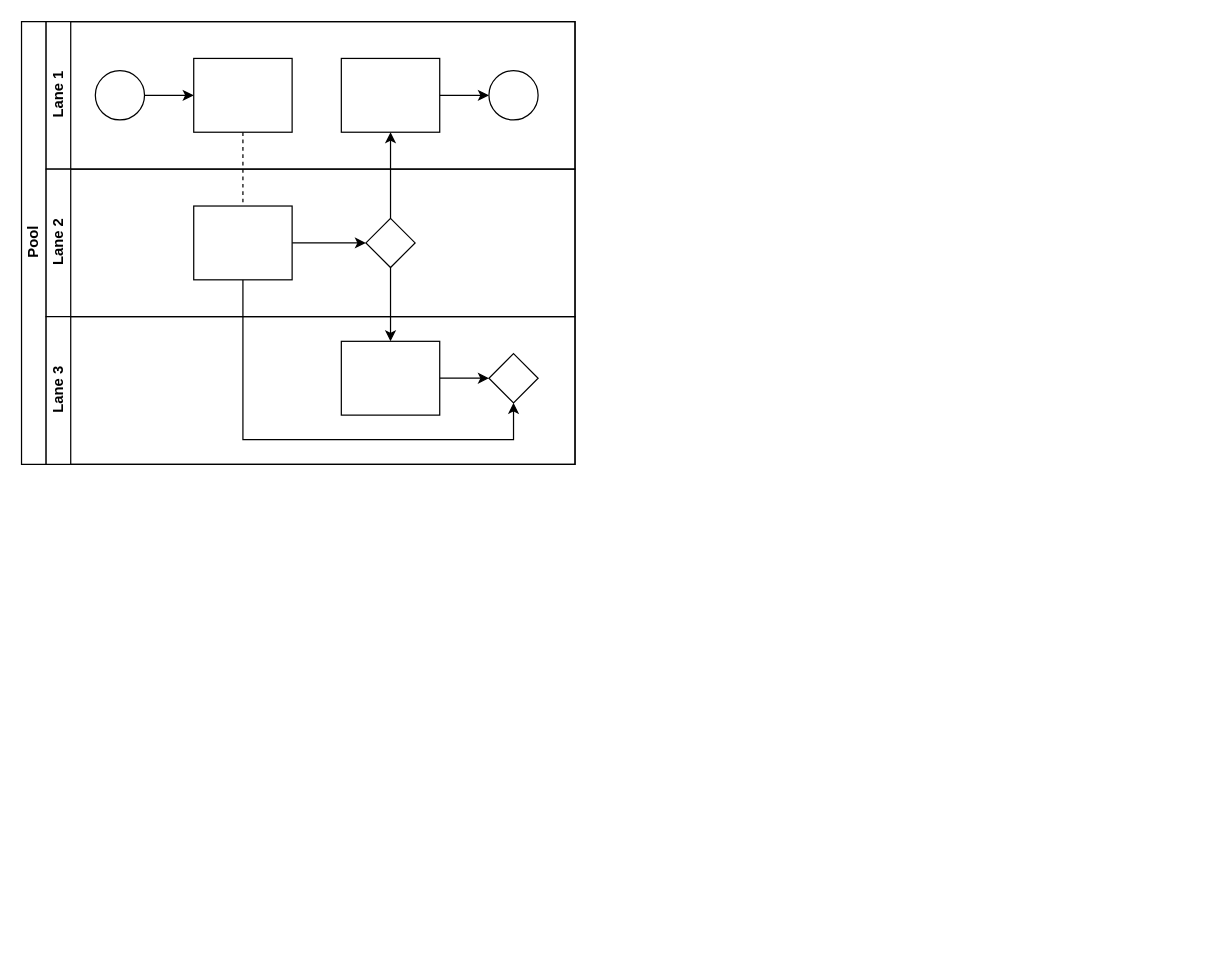
This is 未命名绘图.drawio from coolmaxx/DrawIoProject, a draw.io file, before an edit. Source tidied: cells renumbered, new cells numbered last; positions are measured from the earlier drawing's top-left corner, leaving out a move shared by most shapes. Both pictures are drawn from the tidied source at 123%, with x=0, y=0 at pixel (21, 21).
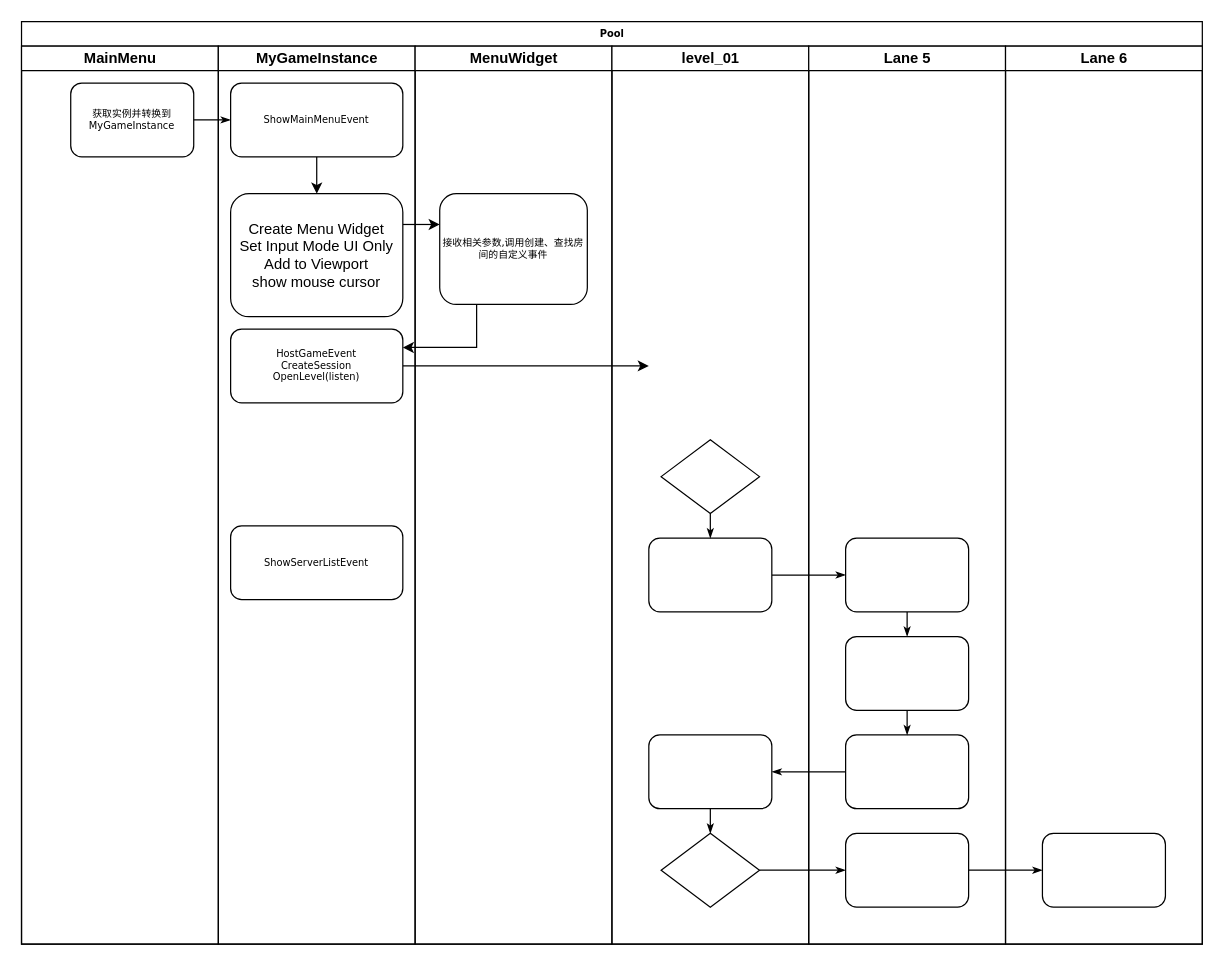
After the change.

What changed in the source:
```diff
@@
-    <mxCell id="2" value="Pool" style="swimlane;html=1;horizontal=0;startSize=20;" parent="1" vertex="1">
-      <mxGeometry width="450" height="360" as="geometry" />
+    <mxCell id="2" value="Pool" style="swimlane;html=1;startSize=20;rounded=0;shadow=0;labelBackgroundColor=none;strokeWidth=1;fontFamily=Verdana;fontSize=8;align=center;" parent="1" vertex="1">
+      <mxGeometry width="960" height="750" as="geometry" />
     </mxCell>
-    <mxCell id="3" style="edgeStyle=orthogonalEdgeStyle;rounded=0;jettySize=auto;html=1;dashed=1;endArrow=none;endFill=0;" parent="2" edge="1" source="10" target="16">
-      <mxGeometry relative="1" as="geometry" />
-    </mxCell>
-    <mxCell id="4" style="edgeStyle=orthogonalEdgeStyle;rounded=0;jettySize=auto;html=1;endArrow=classic;endFill=1;" parent="2" edge="1" source="17" target="12">
-      <mxGeometry relative="1" as="geometry" />
-    </mxCell>
-    <mxCell id="5" style="edgeStyle=orthogonalEdgeStyle;rounded=0;jettySize=auto;html=1;endArrow=classic;endFill=1;" parent="2" edge="1" source="17" target="20">
-      <mxGeometry relative="1" as="geometry" />
-    </mxCell>
-    <mxCell id="6" style="edgeStyle=orthogonalEdgeStyle;rounded=0;jettySize=auto;html=1;endArrow=classic;endFill=1;" parent="2" edge="1" source="16" target="21">
-      <mxGeometry relative="1" as="geometry">
-        <Array as="points">
-          <mxPoint x="180" y="340" />
-          <mxPoint x="400" y="340" />
-        </Array>
-      </mxGeometry>
-    </mxCell>
-    <mxCell id="7" value="Lane 1" style="swimlane;html=1;startSize=20;horizontal=0;" parent="2" vertex="1">
-      <mxGeometry x="20" width="430" height="120" as="geometry" />
-    </mxCell>
-    <mxCell id="8" style="edgeStyle=orthogonalEdgeStyle;rounded=0;jettySize=auto;html=1;" parent="7" edge="1" source="9" target="10">
-      <mxGeometry relative="1" as="geometry" />
-    </mxCell>
-    <mxCell id="9" style="ellipse;whiteSpace=wrap;html=1;" parent="7" vertex="1">
-      <mxGeometry x="40" y="40" width="40" height="40" as="geometry" />
-    </mxCell>
-    <mxCell id="10" style="rounded=0;whiteSpace=wrap;html=1;fontFamily=Helvetica;fontSize=12;fontColor=#000000;align=center;" parent="7" vertex="1">
-      <mxGeometry x="120" y="30" width="80" height="60" as="geometry" />
-    </mxCell>
-    <mxCell id="11" style="edgeStyle=orthogonalEdgeStyle;rounded=0;jettySize=auto;html=1;endArrow=classic;endFill=1;" parent="7" edge="1" source="12" target="13">
-      <mxGeometry relative="1" as="geometry" />
-    </mxCell>
-    <mxCell id="12" style="rounded=0;whiteSpace=wrap;html=1;fontFamily=Helvetica;fontSize=12;fontColor=#000000;align=center;" parent="7" vertex="1">
-      <mxGeometry x="240" y="30" width="80" height="60" as="geometry" />
-    </mxCell>
-    <mxCell id="13" style="ellipse;whiteSpace=wrap;html=1;" parent="7" vertex="1">
-      <mxGeometry x="360" y="40" width="40" height="40" as="geometry" />
-    </mxCell>
-    <mxCell id="14" value="Lane 2" style="swimlane;html=1;startSize=20;horizontal=0;" parent="2" vertex="1">
-      <mxGeometry x="20" y="120" width="430" height="120" as="geometry" />
-    </mxCell>
-    <mxCell id="15" style="edgeStyle=orthogonalEdgeStyle;rounded=0;jettySize=auto;html=1;endArrow=classic;endFill=1;" parent="14" edge="1" source="16" target="17">
-      <mxGeometry relative="1" as="geometry" />
-    </mxCell>
-    <mxCell id="16" style="rounded=0;whiteSpace=wrap;html=1;fontFamily=Helvetica;fontSize=12;fontColor=#000000;align=center;" parent="14" vertex="1">
-      <mxGeometry x="120" y="30" width="80" height="60" as="geometry" />
-    </mxCell>
-    <mxCell id="17" style="rhombus;whiteSpace=wrap;html=1;fontFamily=Helvetica;fontSize=12;fontColor=#000000;align=center;" parent="14" vertex="1">
-      <mxGeometry x="260" y="40" width="40" height="40" as="geometry" />
-    </mxCell>
-    <mxCell id="18" value="Lane 3" style="swimlane;html=1;startSize=20;horizontal=0;" parent="2" vertex="1">
-      <mxGeometry x="20" y="240" width="430" height="120" as="geometry" />
-    </mxCell>
-    <mxCell id="19" style="edgeStyle=orthogonalEdgeStyle;rounded=0;jettySize=auto;html=1;endArrow=classic;endFill=1;" parent="18" edge="1" source="20" target="21">
-      <mxGeometry relative="1" as="geometry" />
-    </mxCell>
-    <mxCell id="20" style="rounded=0;whiteSpace=wrap;html=1;fontFamily=Helvetica;fontSize=12;fontColor=#000000;align=center;" parent="18" vertex="1">
-      <mxGeometry x="240" y="20" width="80" height="60" as="geometry" />
-    </mxCell>
-    <mxCell id="21" style="rhombus;whiteSpace=wrap;html=1;fontFamily=Helvetica;fontSize=12;fontColor=#000000;align=center;" parent="18" vertex="1">
-      <mxGeometry x="360" y="30" width="40" height="40" as="geometry" />
-    </mxCell>
+    <mxCell id="22" value="MainMenu" style="swimlane;html=1;startSize=20;" parent="2" vertex="1">
+      <mxGeometry y="20" width="160" height="730" as="geometry" />
+    </mxCell>
+    <mxCell id="23" value="获取实例并转换到MyGameInstance" style="rounded=1;whiteSpace=wrap;html=1;shadow=0;labelBackgroundColor=none;strokeWidth=1;fontFamily=Verdana;fontSize=8;align=center;" parent="22" vertex="1">
+      <mxGeometry x="40" y="30" width="100" height="60" as="geometry" />
+    </mxCell>
+    <mxCell id="24" style="edgeStyle=orthogonalEdgeStyle;rounded=1;html=1;labelBackgroundColor=none;startArrow=none;startFill=0;startSize=5;endArrow=classicThin;endFill=1;endSize=5;jettySize=auto;strokeWidth=1;fontFamily=Verdana;fontSize=8;" parent="2" edge="1" source="23" target="31">
+      <mxGeometry relative="1" as="geometry" />
+    </mxCell>
+    <mxCell id="25" style="edgeStyle=orthogonalEdgeStyle;rounded=1;html=1;labelBackgroundColor=none;startArrow=none;startFill=0;startSize=5;endArrow=classicThin;endFill=1;endSize=5;jettySize=auto;strokeWidth=1;fontFamily=Verdana;fontSize=8;" parent="2" edge="1" source="43" target="50">
+      <mxGeometry relative="1" as="geometry" />
+    </mxCell>
+    <mxCell id="26" style="edgeStyle=orthogonalEdgeStyle;rounded=1;html=1;labelBackgroundColor=none;startArrow=none;startFill=0;startSize=5;endArrow=classicThin;endFill=1;endSize=5;jettySize=auto;strokeWidth=1;fontFamily=Verdana;fontSize=8;" parent="2" edge="1" source="50" target="54">
+      <mxGeometry relative="1" as="geometry" />
+    </mxCell>
+    <mxCell id="27" style="edgeStyle=orthogonalEdgeStyle;rounded=1;html=1;labelBackgroundColor=none;startArrow=none;startFill=0;startSize=5;endArrow=classicThin;endFill=1;endSize=5;jettySize=auto;strokeWidth=1;fontFamily=Verdana;fontSize=8;" parent="2" edge="1" source="41" target="47">
+      <mxGeometry relative="1" as="geometry" />
+    </mxCell>
+    <mxCell id="28" style="edgeStyle=orthogonalEdgeStyle;rounded=1;html=1;labelBackgroundColor=none;startArrow=none;startFill=0;startSize=5;endArrow=classicThin;endFill=1;endSize=5;jettySize=auto;strokeColor=#000000;strokeWidth=1;fontFamily=Verdana;fontSize=8;fontColor=#000000;" parent="2" edge="1" source="49" target="42">
+      <mxGeometry relative="1" as="geometry" />
+    </mxCell>
+    <mxCell id="29" value="MyGameInstance" style="swimlane;html=1;startSize=20;" parent="2" vertex="1">
+      <mxGeometry x="160" y="20" width="160" height="730" as="geometry" />
+    </mxCell>
+    <mxCell id="30" style="edgeStyle=orthogonalEdgeStyle;rounded=0;jettySize=auto;html=1;exitX=0.5;exitY=1;exitDx=0;exitDy=0;entryX=0.5;entryY=0;entryDx=0;entryDy=0;" parent="29" edge="1" source="31" target="33">
+      <mxGeometry relative="1" as="geometry" />
+    </mxCell>
+    <mxCell id="31" value="ShowMainMenuEvent" style="rounded=1;whiteSpace=wrap;html=1;shadow=0;labelBackgroundColor=none;strokeWidth=1;fontFamily=Verdana;fontSize=8;align=center;" parent="29" vertex="1">
+      <mxGeometry x="10" y="30" width="140" height="60" as="geometry" />
+    </mxCell>
+    <mxCell id="32" style="edgeStyle=orthogonalEdgeStyle;rounded=0;jettySize=auto;html=1;exitX=1;exitY=0.25;exitDx=0;exitDy=0;" parent="29" edge="1" source="33">
+      <mxGeometry relative="1" as="geometry">
+        <mxPoint x="180" y="145" as="targetPoint" />
+      </mxGeometry>
+    </mxCell>
+    <mxCell id="33" value="Create Menu Widget&lt;br&gt;Set Input Mode UI Only&lt;br&gt;Add to Viewport&lt;br&gt;show mouse cursor" style="rounded=1;whiteSpace=wrap;html=1;" parent="29" vertex="1">
+      <mxGeometry x="10" y="120" width="140" height="100" as="geometry" />
+    </mxCell>
+    <mxCell id="34" style="edgeStyle=orthogonalEdgeStyle;rounded=0;jettySize=auto;html=1;exitX=1;exitY=0.5;exitDx=0;exitDy=0;" parent="29" edge="1" source="35">
+      <mxGeometry relative="1" as="geometry">
+        <mxPoint x="350" y="260" as="targetPoint" />
+      </mxGeometry>
+    </mxCell>
+    <mxCell id="35" value="HostGameEvent&lt;br&gt;CreateSession&lt;br&gt;OpenLevel(listen)" style="rounded=1;whiteSpace=wrap;html=1;shadow=0;labelBackgroundColor=none;strokeWidth=1;fontFamily=Verdana;fontSize=8;align=center;" parent="29" vertex="1">
+      <mxGeometry x="10" y="230" width="140" height="60" as="geometry" />
+    </mxCell>
+    <mxCell id="36" value="ShowServerListEvent" style="rounded=1;whiteSpace=wrap;html=1;shadow=0;labelBackgroundColor=none;strokeWidth=1;fontFamily=Verdana;fontSize=8;align=center;" parent="29" vertex="1">
+      <mxGeometry x="10" y="390" width="140" height="60" as="geometry" />
+    </mxCell>
+    <mxCell id="37" value="MenuWidget" style="swimlane;html=1;startSize=20;" parent="2" vertex="1">
+      <mxGeometry x="320" y="20" width="160" height="730" as="geometry" />
+    </mxCell>
+    <mxCell id="38" value="接收相关参数,调用创建、查找房间的自定义事件" style="rounded=1;whiteSpace=wrap;html=1;shadow=0;labelBackgroundColor=none;strokeWidth=1;fontFamily=Verdana;fontSize=8;align=center;" parent="37" vertex="1">
+      <mxGeometry x="20" y="120" width="120" height="90" as="geometry" />
+    </mxCell>
+    <mxCell id="39" value="level_01" style="swimlane;html=1;startSize=20;" parent="2" vertex="1">
+      <mxGeometry x="480" y="20" width="160" height="730" as="geometry" />
+    </mxCell>
+    <mxCell id="40" style="rhombus;whiteSpace=wrap;html=1;rounded=0;shadow=0;labelBackgroundColor=none;strokeWidth=1;fontFamily=Verdana;fontSize=8;align=center;" parent="39" vertex="1">
+      <mxGeometry x="40" y="320" width="80" height="60" as="geometry" />
+    </mxCell>
+    <mxCell id="41" style="rounded=1;whiteSpace=wrap;html=1;shadow=0;labelBackgroundColor=none;strokeWidth=1;fontFamily=Verdana;fontSize=8;align=center;" parent="39" vertex="1">
+      <mxGeometry x="30" y="400" width="100" height="60" as="geometry" />
+    </mxCell>
+    <mxCell id="42" style="rounded=1;whiteSpace=wrap;html=1;shadow=0;labelBackgroundColor=none;strokeWidth=1;fontFamily=Verdana;fontSize=8;align=center;" parent="39" vertex="1">
+      <mxGeometry x="30" y="560" width="100" height="60" as="geometry" />
+    </mxCell>
+    <mxCell id="43" style="rhombus;whiteSpace=wrap;html=1;rounded=0;shadow=0;labelBackgroundColor=none;strokeWidth=1;fontFamily=Verdana;fontSize=8;align=center;" parent="39" vertex="1">
+      <mxGeometry x="40" y="640" width="80" height="60" as="geometry" />
+    </mxCell>
+    <mxCell id="44" style="edgeStyle=orthogonalEdgeStyle;rounded=1;html=1;labelBackgroundColor=none;startArrow=none;startFill=0;startSize=5;endArrow=classicThin;endFill=1;endSize=5;jettySize=auto;strokeWidth=1;fontFamily=Verdana;fontSize=8;" parent="39" edge="1" source="40" target="41">
+      <mxGeometry relative="1" as="geometry" />
+    </mxCell>
+    <mxCell id="45" style="edgeStyle=orthogonalEdgeStyle;rounded=1;html=1;labelBackgroundColor=none;startArrow=none;startFill=0;startSize=5;endArrow=classicThin;endFill=1;endSize=5;jettySize=auto;strokeWidth=1;fontFamily=Verdana;fontSize=8;" parent="39" edge="1" source="42" target="43">
+      <mxGeometry relative="1" as="geometry" />
+    </mxCell>
+    <mxCell id="46" value="Lane 5" style="swimlane;html=1;startSize=20;" parent="2" vertex="1">
+      <mxGeometry x="640" y="20" width="160" height="730" as="geometry" />
+    </mxCell>
+    <mxCell id="47" style="rounded=1;whiteSpace=wrap;html=1;shadow=0;labelBackgroundColor=none;strokeWidth=1;fontFamily=Verdana;fontSize=8;align=center;" parent="46" vertex="1">
+      <mxGeometry x="30" y="400" width="100" height="60" as="geometry" />
+    </mxCell>
+    <mxCell id="48" style="rounded=1;whiteSpace=wrap;html=1;shadow=0;labelBackgroundColor=none;strokeWidth=1;fontFamily=Verdana;fontSize=8;align=center;" parent="46" vertex="1">
+      <mxGeometry x="30" y="480" width="100" height="60" as="geometry" />
+    </mxCell>
+    <mxCell id="49" style="rounded=1;whiteSpace=wrap;html=1;shadow=0;labelBackgroundColor=none;strokeWidth=1;fontFamily=Verdana;fontSize=8;align=center;" parent="46" vertex="1">
+      <mxGeometry x="30" y="560" width="100" height="60" as="geometry" />
+    </mxCell>
+    <mxCell id="50" style="rounded=1;whiteSpace=wrap;html=1;shadow=0;labelBackgroundColor=none;strokeWidth=1;fontFamily=Verdana;fontSize=8;align=center;" parent="46" vertex="1">
+      <mxGeometry x="30" y="640" width="100" height="60" as="geometry" />
+    </mxCell>
+    <mxCell id="51" style="edgeStyle=orthogonalEdgeStyle;rounded=1;html=1;labelBackgroundColor=none;startArrow=none;startFill=0;startSize=5;endArrow=classicThin;endFill=1;endSize=5;jettySize=auto;strokeWidth=1;fontFamily=Verdana;fontSize=8;" parent="46" edge="1" source="47" target="48">
+      <mxGeometry relative="1" as="geometry" />
+    </mxCell>
+    <mxCell id="52" style="edgeStyle=orthogonalEdgeStyle;rounded=1;html=1;labelBackgroundColor=none;startArrow=none;startFill=0;startSize=5;endArrow=classicThin;endFill=1;endSize=5;jettySize=auto;strokeWidth=1;fontFamily=Verdana;fontSize=8;" parent="46" edge="1" source="48" target="49">
+      <mxGeometry relative="1" as="geometry" />
+    </mxCell>
+    <mxCell id="53" value="Lane 6" style="swimlane;html=1;startSize=20;" parent="2" vertex="1">
+      <mxGeometry x="800" y="20" width="160" height="730" as="geometry" />
+    </mxCell>
+    <mxCell id="54" style="rounded=1;whiteSpace=wrap;html=1;shadow=0;labelBackgroundColor=none;strokeWidth=1;fontFamily=Verdana;fontSize=8;align=center;" parent="53" vertex="1">
+      <mxGeometry x="30" y="640" width="100" height="60" as="geometry" />
+    </mxCell>
+    <mxCell id="55" style="edgeStyle=orthogonalEdgeStyle;rounded=0;jettySize=auto;html=1;exitX=0.25;exitY=1;exitDx=0;exitDy=0;entryX=1;entryY=0.25;entryDx=0;entryDy=0;" parent="2" edge="1" source="38" target="35">
+      <mxGeometry relative="1" as="geometry" />
+    </mxCell>
```
